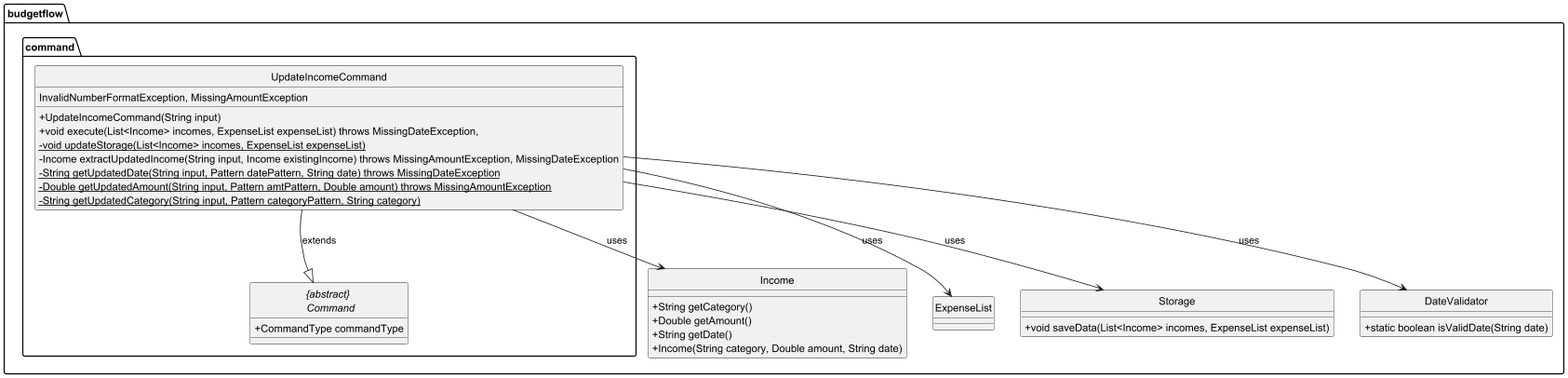
thienkimtranhoang/tp keeps this PlantUML diagram as docs/diagrams/UpdateIncomeCommandClass.png. Above is the earlier version.
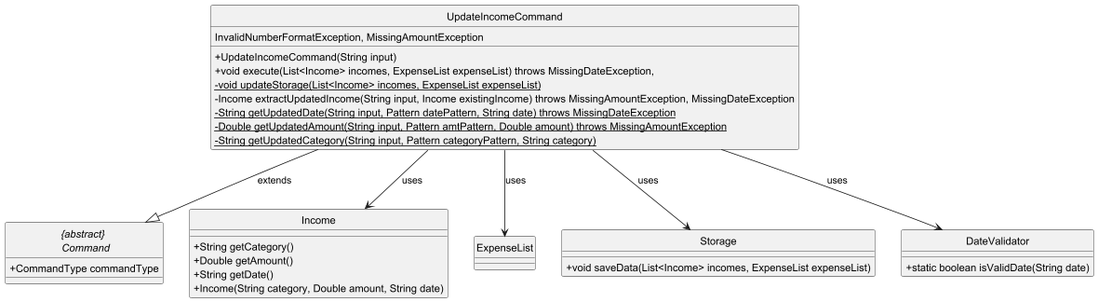
The same file after the commit.

Commit message:
update class diagrams to include less irrelevant details about packages

The edit, as a diff of the source:
```diff
@@ -3,8 +3,7 @@
 hide circle
 skinparam classAttributeIconSize 0
 
-package budgetflow{
-    package "budgetflow.command" {
+
         class UpdateIncomeCommand {
 
             + UpdateIncomeCommand(String input)
@@ -19,7 +18,7 @@
         abstract class "{abstract} \n Command" {
             + CommandType commandType
         }
-    }
+
 
 
 
@@ -39,7 +38,7 @@
     class DateValidator {
         + static boolean isValidDate(String date)
     }
-}
+
 
 UpdateIncomeCommand --|> "{abstract} \n Command" : extends
 UpdateIncomeCommand --> Income : uses
```
